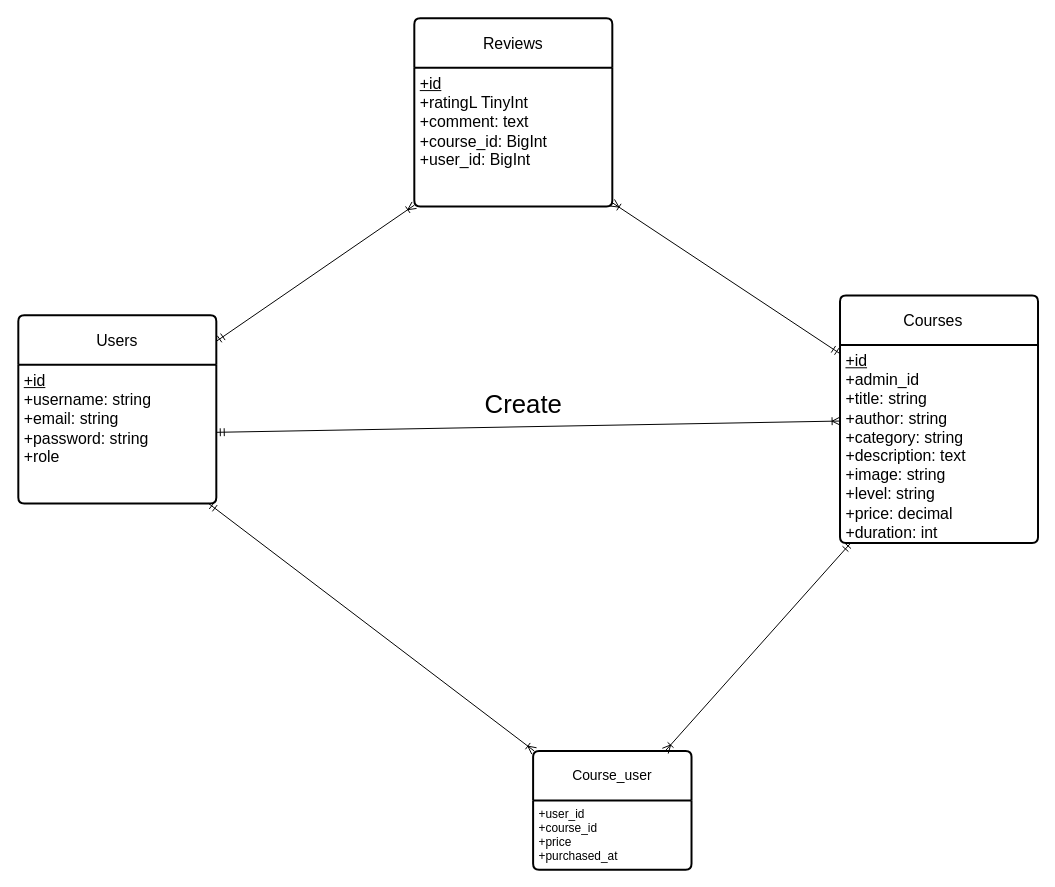
This is db_online_courses.drawio from nmkhoi3006/online_courses, a draw.io file, before an edit. Source tidied: cells renumbered, new cells numbered last; positions are measured from the earlier drawing's top-left corner, leaving out a move shared by most shapes. Both pictures are drawn from the tidied source at 99%, with x=0, y=0 at pixel (18, 18).
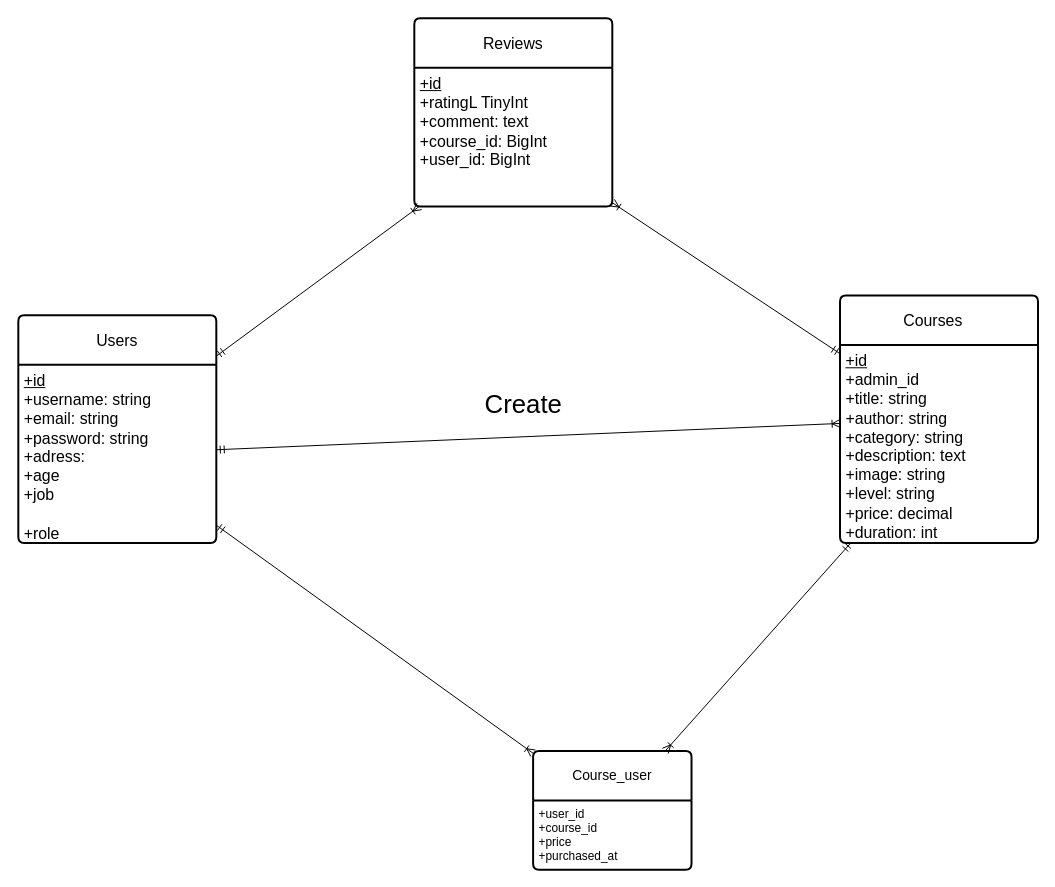
The same diagram, later.

Change to the diagram source:
```diff
@@
 <mxGraphModel>
   <root>
     <mxCell id="0" />
     <mxCell id="1" parent="0" />
     <mxCell id="2" style="edgeStyle=none;html=1;endArrow=ERoneToMany;endFill=0;startArrow=ERmandOne;startFill=0;" parent="1" edge="1" source="3" target="9">
       <mxGeometry relative="1" as="geometry" />
     </mxCell>
     <mxCell id="3" value="Users" style="swimlane;horizontal=1;startSize=50;rounded=1;fontSize=16;fontStyle=0;strokeWidth=2;shadow=0;dashed=0;align=center;arcSize=4;whiteSpace=wrap;html=1;" parent="1" vertex="1">
-      <mxGeometry y="300" width="200" height="190" as="geometry" />
+      <mxGeometry y="300" width="200" height="230" as="geometry" />
     </mxCell>
-    <mxCell id="4" value="&lt;u&gt;&lt;font style=&quot;font-size: 16px;&quot;&gt;+id&lt;/font&gt;&lt;/u&gt;&lt;div&gt;&lt;font style=&quot;font-size: 16px;&quot;&gt;+username: string&lt;/font&gt;&lt;/div&gt;&lt;div&gt;&lt;font style=&quot;font-size: 16px;&quot;&gt;+email: string&lt;br&gt;+password: string&lt;/font&gt;&lt;/div&gt;&lt;div&gt;&lt;font style=&quot;font-size: 16px;&quot;&gt;+role&lt;/font&gt;&lt;/div&gt;" style="align=left;strokeColor=none;fillColor=none;spacingLeft=4;spacingRight=4;fontSize=12;verticalAlign=top;html=1;whiteSpace=wrap;" parent="3" vertex="1">
-      <mxGeometry y="50" width="200" height="140" as="geometry" />
+    <mxCell id="4" value="&lt;u&gt;&lt;font style=&quot;font-size: 16px;&quot;&gt;+id&lt;/font&gt;&lt;/u&gt;&lt;div&gt;&lt;font style=&quot;font-size: 16px;&quot;&gt;+username: string&lt;/font&gt;&lt;/div&gt;&lt;div&gt;&lt;font style=&quot;font-size: 16px;&quot;&gt;+email: string&lt;br&gt;+password: string&lt;/font&gt;&lt;/div&gt;&lt;div&gt;&lt;span style=&quot;font-size: 16px;&quot;&gt;+adress:&lt;/span&gt;&lt;/div&gt;&lt;div&gt;&lt;span style=&quot;font-size: 16px;&quot;&gt;+age&lt;/span&gt;&lt;/div&gt;&lt;div&gt;&lt;span style=&quot;font-size: 16px;&quot;&gt;+job&lt;/span&gt;&lt;/div&gt;&lt;div&gt;&lt;span style=&quot;font-size: 16px;&quot;&gt;&lt;br&gt;&lt;/span&gt;&lt;/div&gt;&lt;div&gt;&lt;font style=&quot;font-size: 16px;&quot;&gt;+role&lt;/font&gt;&lt;/div&gt;" style="align=left;strokeColor=none;fillColor=none;spacingLeft=4;spacingRight=4;fontSize=12;verticalAlign=top;html=1;whiteSpace=wrap;" parent="3" vertex="1">
+      <mxGeometry y="50" width="200" height="180" as="geometry" />
     </mxCell>
     <mxCell id="5" style="edgeStyle=none;html=1;endArrow=ERoneToMany;endFill=0;startArrow=ERmandOne;startFill=0;" parent="1" edge="1" source="6" target="9">
       <mxGeometry relative="1" as="geometry" />
     </mxCell>
     <mxCell id="6" value="Courses&lt;span style=&quot;white-space: pre;&quot;&gt;&#9;&lt;/span&gt;" style="swimlane;horizontal=1;startSize=50;rounded=1;fontSize=16;fontStyle=0;strokeWidth=2;shadow=0;dashed=0;align=center;arcSize=4;whiteSpace=wrap;html=1;" parent="1" vertex="1">
       <mxGeometry x="830" y="280" width="200" height="250" as="geometry" />
     </mxCell>
     <mxCell id="7" value="&lt;u&gt;&lt;font style=&quot;font-size: 16px;&quot;&gt;+id&lt;/font&gt;&lt;/u&gt;&lt;div&gt;&lt;span style=&quot;font-size: 16px;&quot;&gt;+admin_id&lt;br&gt;&lt;/span&gt;&lt;div&gt;&lt;font style=&quot;font-size: 16px;&quot;&gt;+title: string&lt;/font&gt;&lt;/div&gt;&lt;div&gt;&lt;font style=&quot;font-size: 16px;&quot;&gt;+author: string&lt;br&gt;+category: string&lt;/font&gt;&lt;/div&gt;&lt;div&gt;&lt;font style=&quot;font-size: 16px;&quot;&gt;+description: text&lt;/font&gt;&lt;/div&gt;&lt;div&gt;&lt;font style=&quot;font-size: 16px;&quot;&gt;+image: string&lt;/font&gt;&lt;/div&gt;&lt;div&gt;&lt;font style=&quot;font-size: 16px;&quot;&gt;+level: string&lt;/font&gt;&lt;/div&gt;&lt;div&gt;&lt;span style=&quot;font-size: 16px;&quot;&gt;+price: decimal&lt;/span&gt;&lt;/div&gt;&lt;div&gt;&lt;span style=&quot;font-size: 16px;&quot;&gt;+duration: int&lt;/span&gt;&lt;/div&gt;&lt;/div&gt;" style="align=left;strokeColor=none;fillColor=none;spacingLeft=4;spacingRight=4;fontSize=12;verticalAlign=top;html=1;whiteSpace=wrap;" parent="6" vertex="1">
       <mxGeometry y="50" width="200" height="200" as="geometry" />
     </mxCell>
     <mxCell id="8" value="Reviews" style="swimlane;horizontal=1;startSize=50;rounded=1;fontSize=16;fontStyle=0;strokeWidth=2;shadow=0;dashed=0;align=center;arcSize=4;whiteSpace=wrap;html=1;" parent="1" vertex="1">
       <mxGeometry x="400" width="200" height="190" as="geometry" />
     </mxCell>
     <mxCell id="9" value="&lt;u&gt;&lt;font style=&quot;font-size: 16px;&quot;&gt;+id&lt;/font&gt;&lt;/u&gt;&lt;div&gt;&lt;font style=&quot;font-size: 16px;&quot;&gt;+ratingL TinyInt&lt;/font&gt;&lt;/div&gt;&lt;div&gt;&lt;font style=&quot;font-size: 16px;&quot;&gt;+comment: text&lt;br&gt;+course_id: BigInt&lt;/font&gt;&lt;/div&gt;&lt;div&gt;&lt;span style=&quot;font-size: 16px;&quot;&gt;+user_id: BigInt&lt;/span&gt;&lt;/div&gt;" style="align=left;strokeColor=none;fillColor=none;spacingLeft=4;spacingRight=4;fontSize=12;verticalAlign=top;html=1;whiteSpace=wrap;" parent="8" vertex="1">
       <mxGeometry y="50" width="200" height="140" as="geometry" />
     </mxCell>
     <mxCell id="10" value="Course_user" style="swimlane;horizontal=1;startSize=50;rounded=1;fontSize=14;fontStyle=0;strokeWidth=2;shadow=0;dashed=0;align=center;arcSize=4;whiteSpace=wrap;html=1;" parent="1" vertex="1">
       <mxGeometry x="520" y="740" width="160" height="120" as="geometry" />
     </mxCell>
     <mxCell id="11" value="+user_id&lt;div&gt;+course_id&lt;/div&gt;&lt;div&gt;+price&lt;/div&gt;&lt;div&gt;+purchased_at&lt;/div&gt;" style="align=left;strokeColor=none;fillColor=none;spacingLeft=4;fontSize=12;verticalAlign=top;html=1;" parent="10" vertex="1">
       <mxGeometry y="50" width="160" height="70" as="geometry" />
     </mxCell>
     <mxCell id="12" style="edgeStyle=none;html=1;endArrow=ERoneToMany;endFill=0;startArrow=ERmandOne;startFill=0;" parent="1" edge="1" source="7" target="10">
       <mxGeometry relative="1" as="geometry" />
     </mxCell>
     <mxCell id="13" style="edgeStyle=none;html=1;endArrow=ERoneToMany;endFill=0;startArrow=ERmandOne;startFill=0;" parent="1" edge="1" source="4" target="10">
       <mxGeometry relative="1" as="geometry" />
     </mxCell>
     <mxCell id="14" style="edgeStyle=none;html=1;endArrow=ERoneToMany;endFill=0;startArrow=ERmandOne;startFill=0;" parent="1" edge="1" source="4" target="6">
       <mxGeometry relative="1" as="geometry" />
     </mxCell>
     <mxCell id="15" value="Create" style="text;html=1;align=center;verticalAlign=middle;strokeColor=none;fillColor=none;fontSize=26;" parent="1" vertex="1">
       <mxGeometry x="460" y="370" width="100" height="40" as="geometry" />
     </mxCell>
   </root>
 </mxGraphModel>
```
